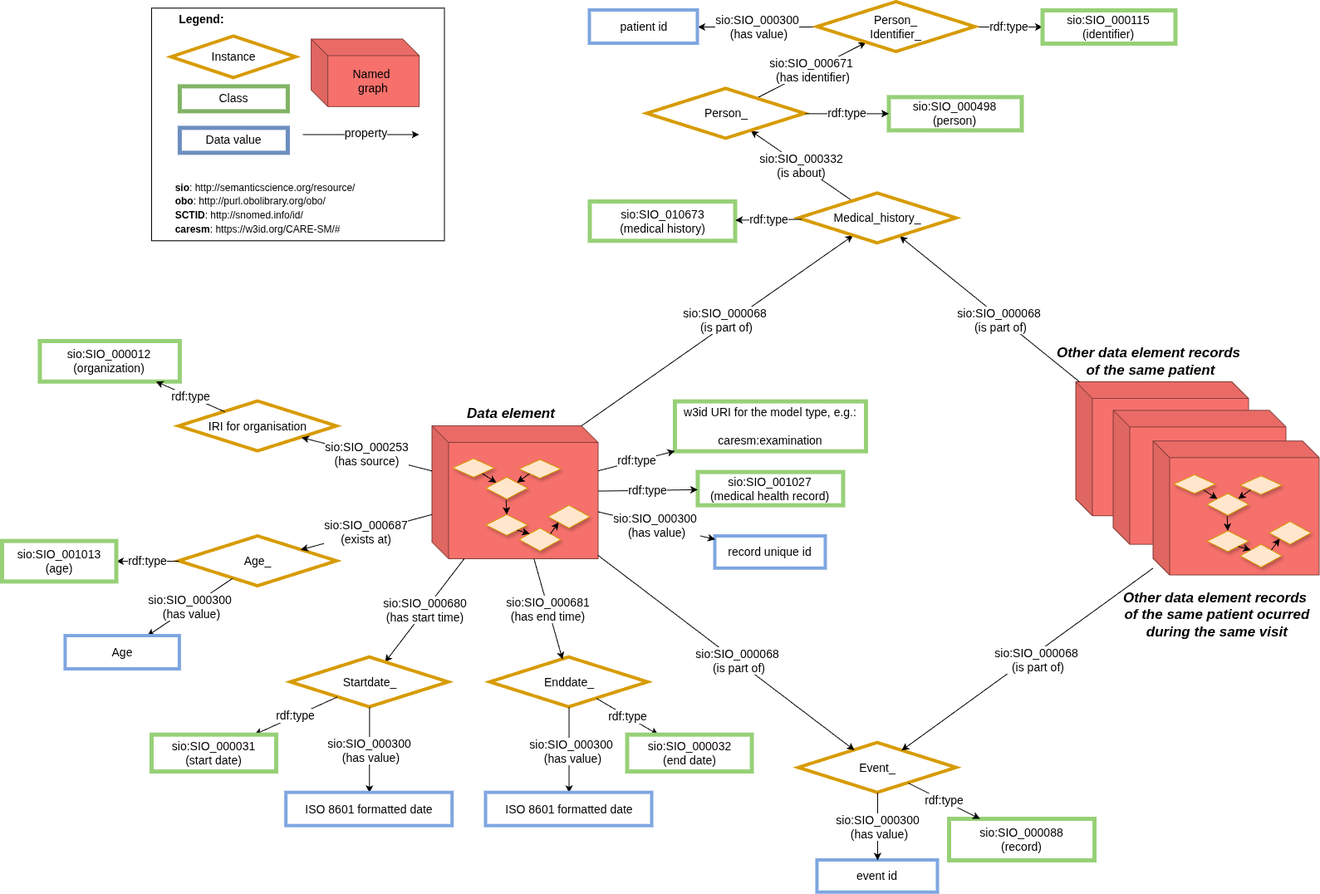
Before: images/CARE-SM-Context.drawio.png, a diagram exported from draw.io (CARE-SM/CARE-Semantic-Model). Source tidied: cells renumbered, new cells last; positions are measured from the earlier drawing's top-left corner, leaving out a move shared by most shapes.
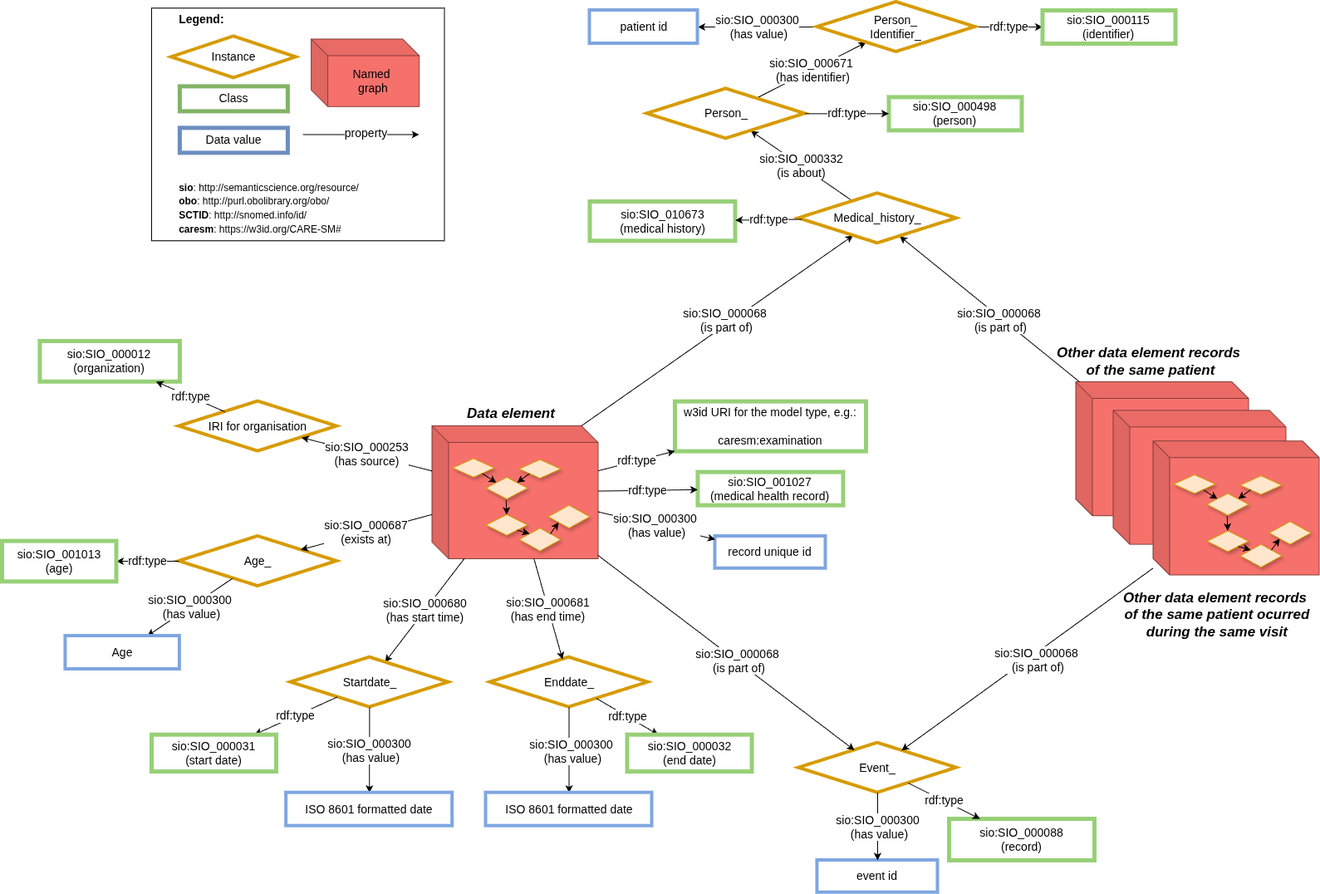
The same file after the commit.

What changed in the source:
```diff
@@ -107,7 +107,7 @@
     <mxCell id="36" value="&lt;i style=&quot;&quot;&gt;&lt;b style=&quot;&quot;&gt;&lt;font style=&quot;font-size: 17px;&quot;&gt;Data element&lt;/font&gt;&lt;/b&gt;&lt;/i&gt;" style="text;html=1;strokeColor=none;fillColor=none;align=center;verticalAlign=middle;whiteSpace=wrap;rounded=0;fontSize=14;" parent="1" vertex="1">
       <mxGeometry x="552.5" y="480.6" width="120" height="30" as="geometry" />
     </mxCell>
-    <mxCell id="37" value="&lt;div style=&quot;&quot;&gt;&lt;div style=&quot;font-size: 14px;&quot;&gt;&lt;b style=&quot;background-color: initial; color: light-dark(rgb(0, 0, 0), rgb(255, 255, 255));&quot;&gt;&amp;nbsp; &amp;nbsp;&lt;span style=&quot;white-space: pre;&quot;&gt;&#9;&lt;/span&gt;Legend:&lt;/b&gt;&lt;/div&gt;&lt;div style=&quot;font-size: 14px;&quot;&gt;&lt;br&gt;&lt;/div&gt;&lt;div style=&quot;font-size: 14px;&quot;&gt;&lt;span style=&quot;background-color: initial;&quot;&gt;&lt;br&gt;&lt;/span&gt;&lt;/div&gt;&lt;div style=&quot;font-size: 14px;&quot;&gt;&lt;br&gt;&lt;/div&gt;&lt;div style=&quot;font-size: 14px;&quot;&gt;&lt;br&gt;&lt;/div&gt;&lt;div style=&quot;font-size: 14px;&quot;&gt;&lt;br&gt;&lt;/div&gt;&lt;div style=&quot;font-size: 14px;&quot;&gt;&lt;br&gt;&lt;/div&gt;&lt;div style=&quot;font-size: 14px;&quot;&gt;&lt;br&gt;&lt;/div&gt;&lt;div style=&quot;font-size: 14px;&quot;&gt;&lt;span style=&quot;background-color: initial;&quot;&gt;&lt;br&gt;&lt;/span&gt;&lt;/div&gt;&lt;div style=&quot;font-size: 14px;&quot;&gt;&lt;span style=&quot;background-color: initial;&quot;&gt;&lt;br&gt;&lt;/span&gt;&lt;/div&gt;&lt;div style=&quot;font-size: 14px;&quot;&gt;&lt;span style=&quot;background-color: initial;&quot;&gt;&lt;br&gt;&lt;/span&gt;&lt;/div&gt;&lt;div style=&quot;font-size: 14px;&quot;&gt;&lt;span style=&quot;background-color: initial;&quot;&gt;&lt;br&gt;&lt;/span&gt;&lt;/div&gt;&lt;div style=&quot;font-size: 14px;&quot;&gt;&lt;b style=&quot;background-color: transparent; color: light-dark(rgb(0, 0, 0), rgb(255, 255, 255)); font-size: 12px;&quot;&gt;&lt;span style=&quot;white-space: pre;&quot;&gt;&#9;&lt;/span&gt;sio&lt;/b&gt;&lt;span style=&quot;background-color: transparent; color: light-dark(rgb(0, 0, 0), rgb(255, 255, 255)); font-size: 12px;&quot;&gt;: http://semanticscience.org/resource/&lt;/span&gt;&lt;/div&gt;&lt;div style=&quot;font-size: 14px;&quot;&gt;&lt;span style=&quot;font-size: 12px; background-color: transparent; color: light-dark(rgb(0, 0, 0), rgb(255, 255, 255));&quot;&gt;&lt;b&gt;&lt;span style=&quot;white-space: pre;&quot;&gt;&#9;&lt;/span&gt;obo&lt;/b&gt;:&amp;nbsp;&lt;/span&gt;&lt;span style=&quot;background-color: transparent; font-size: 12px;&quot;&gt;http://purl.obolibrary.org/obo/&lt;/span&gt;&lt;/div&gt;&lt;div style=&quot;font-size: 14px;&quot;&gt;&lt;div&gt;&lt;span style=&quot;background-color: initial; color: light-dark(rgb(0, 0, 0), rgb(255, 255, 255)); font-size: 12px;&quot;&gt;&lt;b&gt;&lt;span style=&quot;white-space: pre;&quot;&gt;&#9;&lt;/span&gt;SCTID&lt;/b&gt;:&amp;nbsp;&lt;/span&gt;&lt;span style=&quot;background-color: transparent; color: light-dark(rgb(0, 0, 0), rgb(255, 255, 255)); font-size: 12px;&quot;&gt;http://snomed.info/id/&lt;/span&gt;&lt;/div&gt;&lt;/div&gt;&lt;div style=&quot;&quot;&gt;&lt;span style=&quot;font-size: 12px; background-color: transparent; color: light-dark(rgb(0, 0, 0), rgb(255, 255, 255));&quot;&gt;&lt;b&gt;&lt;span style=&quot;white-space: pre;&quot;&gt;&#9;&lt;/span&gt;caresm&lt;/b&gt;:&amp;nbsp;&lt;/span&gt;&lt;span style=&quot;background-color: transparent; font-size: 12px;&quot;&gt;https://w3id.org/CARE-SM/#&lt;/span&gt;&lt;/div&gt;&lt;/div&gt;" style="rounded=0;whiteSpace=wrap;html=1;fontSize=14;align=left;" parent="1" vertex="1">
+    <mxCell id="37" value="&lt;div style=&quot;&quot;&gt;&lt;div style=&quot;font-size: 14px;&quot;&gt;&lt;b style=&quot;background-color: initial; color: light-dark(rgb(0, 0, 0), rgb(255, 255, 255));&quot;&gt;&amp;nbsp; &amp;nbsp;&lt;span style=&quot;white-space: pre;&quot;&gt;&#9;&lt;/span&gt;Legend:&lt;/b&gt;&lt;/div&gt;&lt;div style=&quot;font-size: 14px;&quot;&gt;&lt;br&gt;&lt;/div&gt;&lt;div style=&quot;font-size: 14px;&quot;&gt;&lt;span style=&quot;background-color: initial;&quot;&gt;&lt;br&gt;&lt;/span&gt;&lt;/div&gt;&lt;div style=&quot;font-size: 14px;&quot;&gt;&lt;br&gt;&lt;/div&gt;&lt;div style=&quot;font-size: 14px;&quot;&gt;&lt;br&gt;&lt;/div&gt;&lt;div style=&quot;font-size: 14px;&quot;&gt;&lt;br&gt;&lt;/div&gt;&lt;div style=&quot;font-size: 14px;&quot;&gt;&lt;br&gt;&lt;/div&gt;&lt;div style=&quot;font-size: 14px;&quot;&gt;&lt;br&gt;&lt;/div&gt;&lt;div style=&quot;font-size: 14px;&quot;&gt;&lt;span style=&quot;background-color: initial;&quot;&gt;&lt;br&gt;&lt;/span&gt;&lt;/div&gt;&lt;div style=&quot;font-size: 14px;&quot;&gt;&lt;span style=&quot;background-color: initial;&quot;&gt;&lt;br&gt;&lt;/span&gt;&lt;/div&gt;&lt;div style=&quot;font-size: 14px;&quot;&gt;&lt;span style=&quot;background-color: initial;&quot;&gt;&lt;br&gt;&lt;/span&gt;&lt;/div&gt;&lt;div style=&quot;font-size: 14px;&quot;&gt;&lt;span style=&quot;background-color: initial;&quot;&gt;&lt;br&gt;&lt;/span&gt;&lt;/div&gt;&lt;div style=&quot;font-size: 14px;&quot;&gt;&lt;b style=&quot;background-color: transparent; color: light-dark(rgb(0, 0, 0), rgb(255, 255, 255)); font-size: 12px;&quot;&gt;&lt;span style=&quot;white-space: pre;&quot;&gt;&#9;&lt;/span&gt;sio&lt;/b&gt;&lt;span style=&quot;background-color: transparent; color: light-dark(rgb(0, 0, 0), rgb(255, 255, 255)); font-size: 12px;&quot;&gt;: http://semanticscience.org/resource/&lt;/span&gt;&lt;/div&gt;&lt;div style=&quot;font-size: 14px;&quot;&gt;&lt;span style=&quot;font-size: 12px; background-color: transparent; color: light-dark(rgb(0, 0, 0), rgb(255, 255, 255));&quot;&gt;&lt;b&gt;&lt;span style=&quot;white-space: pre;&quot;&gt;&#9;&lt;/span&gt;obo&lt;/b&gt;:&amp;nbsp;&lt;/span&gt;&lt;span style=&quot;background-color: transparent; font-size: 12px;&quot;&gt;http://purl.obolibrary.org/obo/&lt;/span&gt;&lt;/div&gt;&lt;div style=&quot;font-size: 14px;&quot;&gt;&lt;div&gt;&lt;span style=&quot;background-color: initial; color: light-dark(rgb(0, 0, 0), rgb(255, 255, 255)); font-size: 12px;&quot;&gt;&lt;b&gt;&lt;span style=&quot;white-space: pre;&quot;&gt;&#9;&lt;/span&gt;SCTID&lt;/b&gt;:&amp;nbsp;&lt;/span&gt;&lt;span style=&quot;background-color: transparent; color: light-dark(rgb(0, 0, 0), rgb(255, 255, 255)); font-size: 12px;&quot;&gt;http://snomed.info/id/&lt;/span&gt;&lt;/div&gt;&lt;/div&gt;&lt;div style=&quot;&quot;&gt;&lt;span style=&quot;font-size: 12px; background-color: transparent; color: light-dark(rgb(0, 0, 0), rgb(255, 255, 255));&quot;&gt;&lt;b&gt;&lt;span style=&quot;white-space: pre;&quot;&gt;&#9;&lt;/span&gt;caresm&lt;/b&gt;:&amp;nbsp;&lt;/span&gt;&lt;span style=&quot;background-color: transparent; font-size: 12px;&quot;&gt;https://w3id.org/CARE-SM#&lt;/span&gt;&lt;/div&gt;&lt;/div&gt;" style="rounded=0;whiteSpace=wrap;html=1;fontSize=14;align=left;" parent="1" vertex="1">
       <mxGeometry x="180" y="7.3" width="352.5" height="280" as="geometry" />
     </mxCell>
     <mxCell id="38" value="Class" style="whiteSpace=wrap;html=1;fillColor=#FFFFFF;strokeColor=#82b366;strokeWidth=5;fontSize=14;" parent="1" vertex="1">
```
